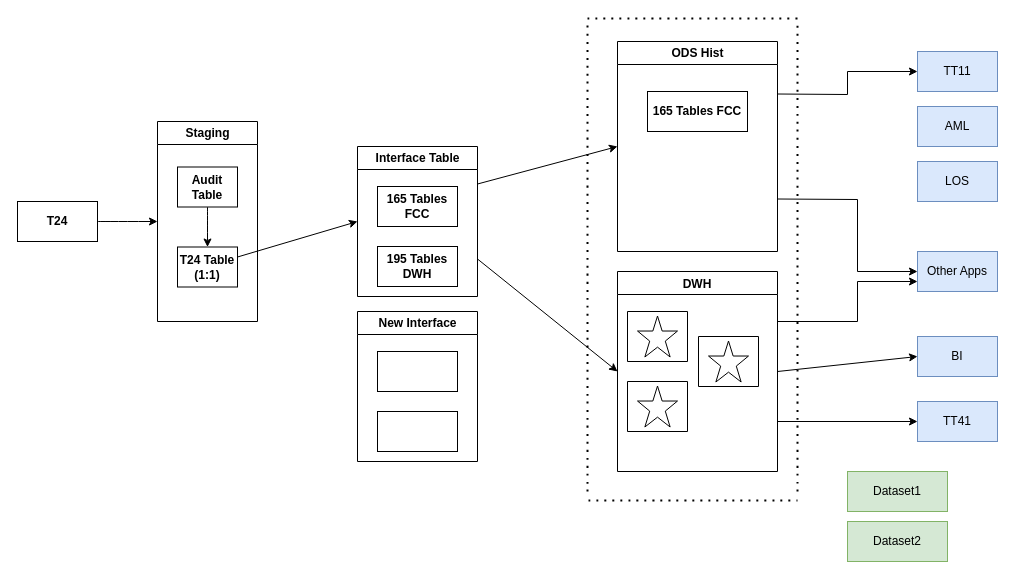
The draw.io diagram page "Page-3" (1 of 3) of DWH-architecture-business-steps.drawio in uyennt01/Project1, before the edit. Source tidied: cells renumbered, new cells numbered last; positions are measured from the earlier drawing's top-left corner, leaving out a move shared by most shapes. Both pictures are drawn from the tidied source at 100%, with x=0, y=0 at pixel (17, 18).
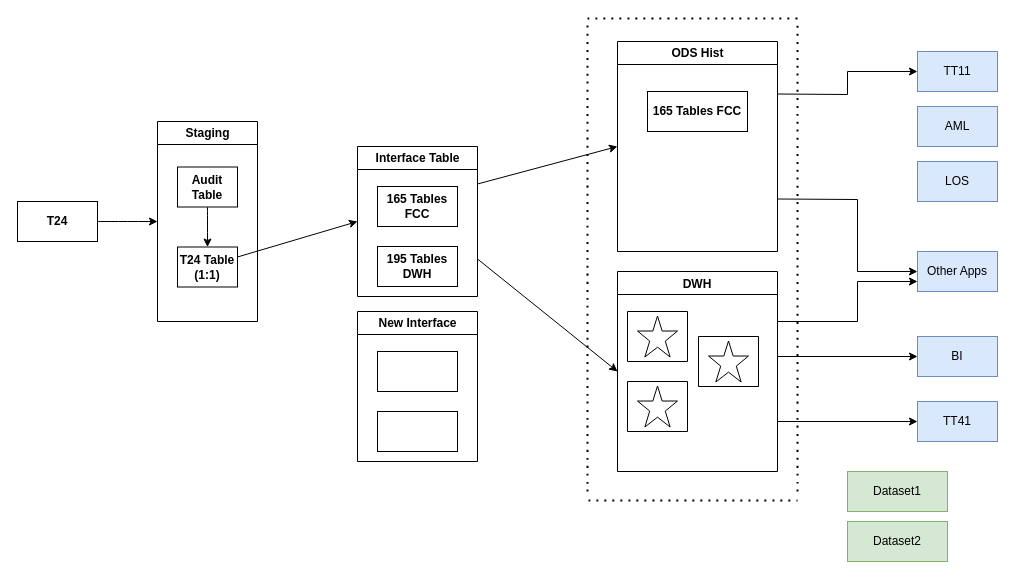
The same page after the edit.

Unchanged cells that the change refers to:
```xml
<mxCell id="8" value="DWH" style="swimlane;swimlaneFillColor=none;rounded=0;" parent="1" vertex="1">
  <mxGeometry x="600" y="253" width="160" height="200" as="geometry" />
</mxCell>
<mxCell id="29" value="BI" style="rounded=0;whiteSpace=wrap;html=1;fillColor=#dae8fc;strokeColor=#6c8ebf;" parent="1" vertex="1">
  <mxGeometry x="900" y="318" width="80" height="40" as="geometry" />
</mxCell>
```

Diff of the diagram source:
```diff
@@
-    <mxCell id="33" style="endArrow=classic;html=1;rounded=0;entryX=0;entryY=0.5;entryDx=0;entryDy=0;exitX=1;exitY=0.5;exitDx=0;exitDy=0;" parent="1" edge="1" source="8" target="29">
-      <mxGeometry relative="1" as="geometry" />
+    <mxCell id="33" style="endArrow=classic;html=1;rounded=0;entryX=0;entryY=0.5;entryDx=0;entryDy=0;" parent="1" edge="1" target="29">
+      <mxGeometry relative="1" as="geometry">
+        <mxPoint x="760" y="338" as="sourcePoint" />
+      </mxGeometry>
     </mxCell>
```
